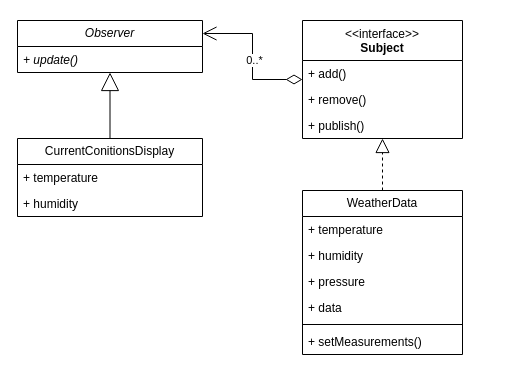
The draw.io diagram observer.drawio in joelau71/uml, before the edit. Source tidied: cells renumbered, new cells numbered last; positions are measured from the earlier drawing's top-left corner, leaving out a move shared by most shapes. Both pictures are drawn from the tidied source at 100%, with x=0, y=0 at pixel (17, 20).
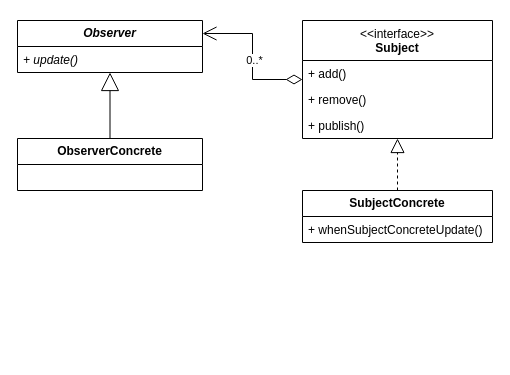
The same page after the edit.

Change to the diagram source:
```diff
@@
-    <mxCell id="2" value="&lt;i&gt;Observer&lt;/i&gt;" style="swimlane;fontStyle=0;horizontal=1;startSize=26;fillColor=none;whiteSpace=wrap;html=1;" parent="1" vertex="1">
+    <mxCell id="2" value="&lt;b style=&quot;&quot;&gt;&lt;i&gt;Observer&lt;/i&gt;&lt;/b&gt;" style="swimlane;fontStyle=0;horizontal=1;startSize=26;fillColor=none;whiteSpace=wrap;html=1;" parent="1" vertex="1">
       <mxGeometry width="185" height="52" as="geometry" />
     </mxCell>
@@
     <mxCell id="4" value="&lt;span style=&quot;font-weight: normal;&quot;&gt;&amp;lt;&amp;lt;interface&amp;gt;&amp;gt;&lt;br&gt;&lt;/span&gt;Subject" style="swimlane;fontStyle=1;align=center;verticalAlign=top;horizontal=1;startSize=40;whiteSpace=wrap;html=1;" parent="1" vertex="1">
-      <mxGeometry x="285" width="160" height="118" as="geometry" />
+      <mxGeometry x="285" width="190" height="118" as="geometry" />
     </mxCell>
     <mxCell id="5" value="+ add()" style="text;strokeColor=none;fillColor=none;align=left;verticalAlign=top;spacingLeft=4;spacingRight=4;overflow=hidden;whiteSpace=wrap;html=1;" parent="4" vertex="1">
-      <mxGeometry y="40" width="160" height="26" as="geometry" />
+      <mxGeometry y="40" width="190" height="26" as="geometry" />
     </mxCell>
     <mxCell id="6" value="+ remove()" style="text;strokeColor=none;fillColor=none;align=left;verticalAlign=top;spacingLeft=4;spacingRight=4;overflow=hidden;whiteSpace=wrap;html=1;" parent="4" vertex="1">
-      <mxGeometry y="66" width="160" height="26" as="geometry" />
+      <mxGeometry y="66" width="190" height="26" as="geometry" />
     </mxCell>
     <mxCell id="7" value="+ publish()" style="text;strokeColor=none;fillColor=none;align=left;verticalAlign=top;spacingLeft=4;spacingRight=4;overflow=hidden;whiteSpace=wrap;html=1;" parent="4" vertex="1">
-      <mxGeometry y="92" width="160" height="26" as="geometry" />
+      <mxGeometry y="92" width="190" height="26" as="geometry" />
     </mxCell>
-    <mxCell id="8" value="CurrentConitionsDisplay" style="swimlane;fontStyle=0;horizontal=1;startSize=26;fillColor=none;whiteSpace=wrap;html=1;" parent="1" vertex="1">
-      <mxGeometry y="118" width="185" height="78" as="geometry" />
+    <mxCell id="8" value="&lt;b&gt;ObserverConcrete&lt;/b&gt;" style="swimlane;fontStyle=0;horizontal=1;startSize=26;fillColor=none;whiteSpace=wrap;html=1;" parent="1" vertex="1">
+      <mxGeometry y="118" width="185" height="52" as="geometry" />
     </mxCell>
-    <mxCell id="9" value="+ temperature" style="text;strokeColor=none;fillColor=none;align=left;verticalAlign=top;spacingLeft=4;spacingRight=4;overflow=hidden;whiteSpace=wrap;html=1;" parent="8" vertex="1">
-      <mxGeometry y="26" width="185" height="26" as="geometry" />
-    </mxCell>
-    <mxCell id="10" value="+ humidity" style="text;strokeColor=none;fillColor=none;align=left;verticalAlign=top;spacingLeft=4;spacingRight=4;overflow=hidden;whiteSpace=wrap;html=1;" parent="8" vertex="1">
-      <mxGeometry y="52" width="185" height="26" as="geometry" />
-    </mxCell>
@@
-    <mxCell id="12" value="WeatherData" style="swimlane;fontStyle=0;horizontal=1;startSize=26;fillColor=none;whiteSpace=wrap;html=1;" parent="1" vertex="1">
-      <mxGeometry x="285" y="170" width="160" height="164" as="geometry" />
+    <mxCell id="12" value="&lt;b&gt;SubjectConcrete&lt;/b&gt;" style="swimlane;fontStyle=0;horizontal=1;startSize=26;fillColor=none;whiteSpace=wrap;html=1;" parent="1" vertex="1">
+      <mxGeometry x="285" y="170" width="190" height="52" as="geometry" />
     </mxCell>
-    <mxCell id="13" value="+ temperature" style="text;strokeColor=none;fillColor=none;align=left;verticalAlign=top;spacingLeft=4;spacingRight=4;overflow=hidden;whiteSpace=wrap;html=1;" parent="12" vertex="1">
-      <mxGeometry y="26" width="160" height="26" as="geometry" />
-    </mxCell>
-    <mxCell id="14" value="+ humidity" style="text;strokeColor=none;fillColor=none;align=left;verticalAlign=top;spacingLeft=4;spacingRight=4;overflow=hidden;whiteSpace=wrap;html=1;" parent="12" vertex="1">
-      <mxGeometry y="52" width="160" height="26" as="geometry" />
-    </mxCell>
-    <mxCell id="15" value="+ pressure" style="text;strokeColor=none;fillColor=none;align=left;verticalAlign=top;spacingLeft=4;spacingRight=4;overflow=hidden;whiteSpace=wrap;html=1;" parent="12" vertex="1">
-      <mxGeometry y="78" width="160" height="26" as="geometry" />
-    </mxCell>
-    <mxCell id="16" value="+ data" style="text;strokeColor=none;fillColor=none;align=left;verticalAlign=top;spacingLeft=4;spacingRight=4;overflow=hidden;whiteSpace=wrap;html=1;" parent="12" vertex="1">
-      <mxGeometry y="104" width="160" height="26" as="geometry" />
-    </mxCell>
-    <mxCell id="17" style="line;strokeWidth=1;fillColor=none;align=left;verticalAlign=middle;spacingTop=-1;spacingLeft=3;spacingRight=3;labelPosition=right;strokeColor=inherit;" parent="12" vertex="1">
-      <mxGeometry y="130" width="160" height="8" as="geometry" />
-    </mxCell>
-    <mxCell id="18" value="+ setMeasurements()" style="text;strokeColor=none;fillColor=none;align=left;verticalAlign=top;spacingLeft=4;spacingRight=4;overflow=hidden;whiteSpace=wrap;html=1;" parent="12" vertex="1">
-      <mxGeometry y="138" width="160" height="26" as="geometry" />
+    <mxCell id="18" value="+ whenSubjectConcreteUpdate()" style="text;strokeColor=none;fillColor=none;align=left;verticalAlign=top;spacingLeft=4;spacingRight=4;overflow=hidden;whiteSpace=wrap;html=1;" parent="12" vertex="1">
+      <mxGeometry y="26" width="190" height="26" as="geometry" />
     </mxCell>
```
